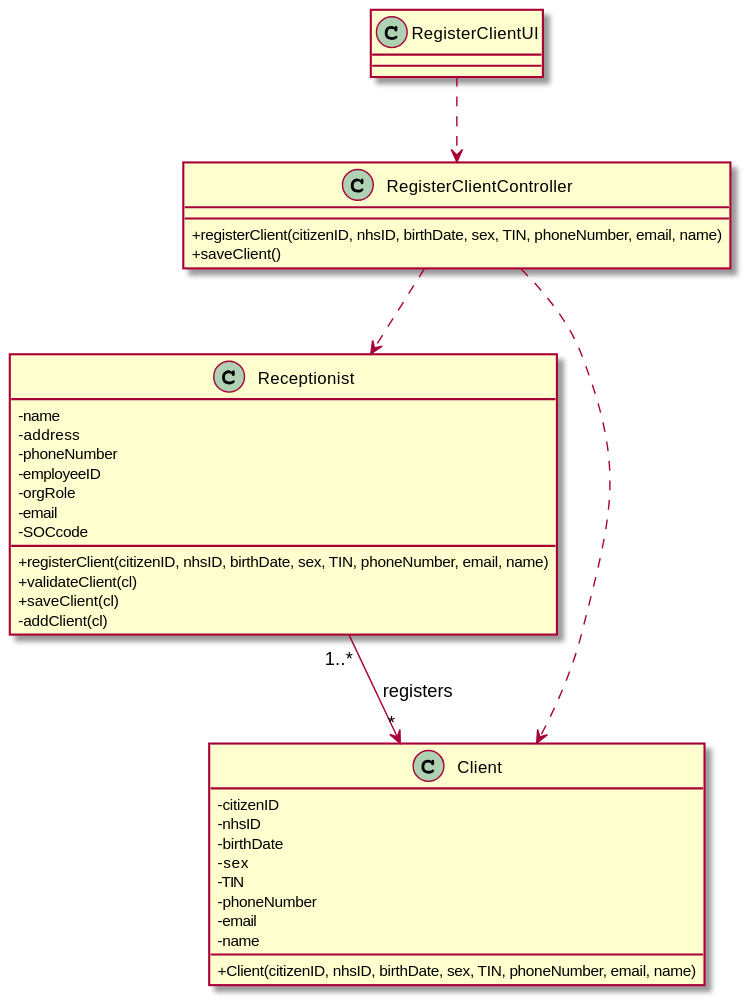
Earlier version of the PlantUML export docs/SprintB/US03/US03-CD.svg (0franciscor/lei-21-s2-1de-g19).
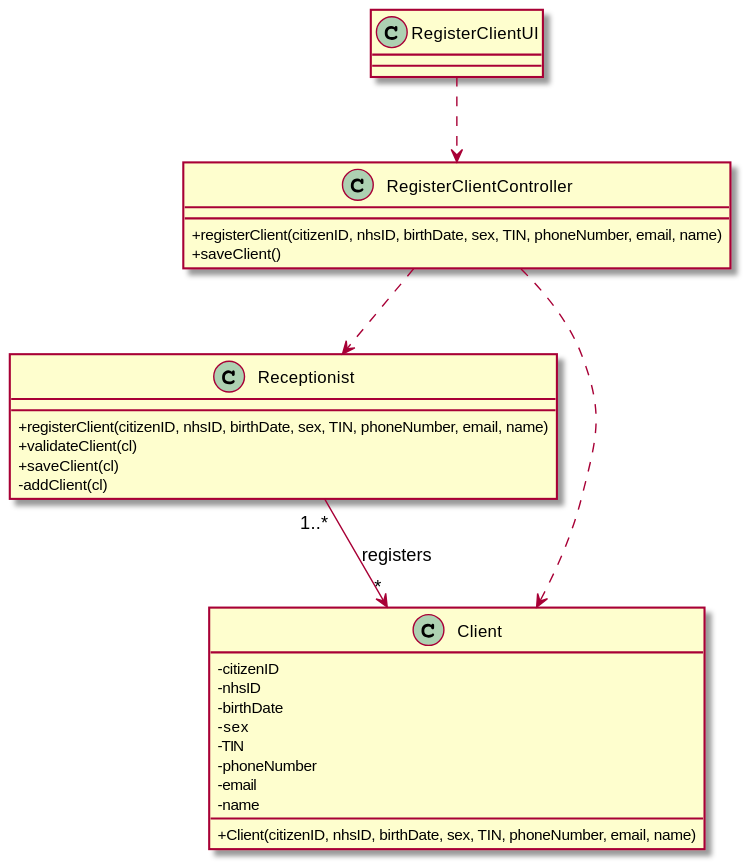
Above is the later version.

Commit message:
Alteração ponto 3.3 (class diagram) US3

What changed in the source:
```diff
@@ -2,13 +2,6 @@
 
 skinparam classAttributeIconSize 0
 class "Receptionist" as R {
--name
--address
--phoneNumber
--employeeID
--orgRole
--email
--SOCcode
 +registerClient(citizenID, nhsID, birthDate, sex, TIN, phoneNumber, email, name)
 +validateClient(cl)
 +saveClient(cl)
```
